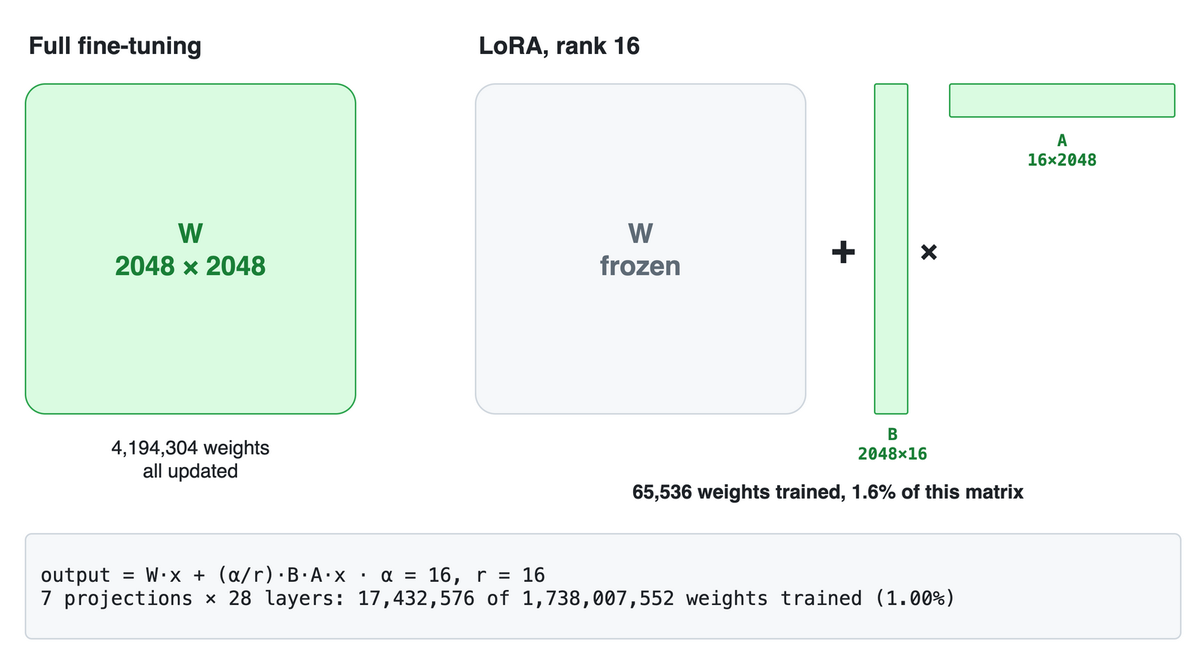
Before: diagrams/lora.drawio.png, a diagram exported from draw.io (jcanizalez/k8s-alert-triage). Source tidied: cells renumbered, new cells last; positions are measured from the earlier drawing's top-left corner, leaving out a move shared by most shapes.
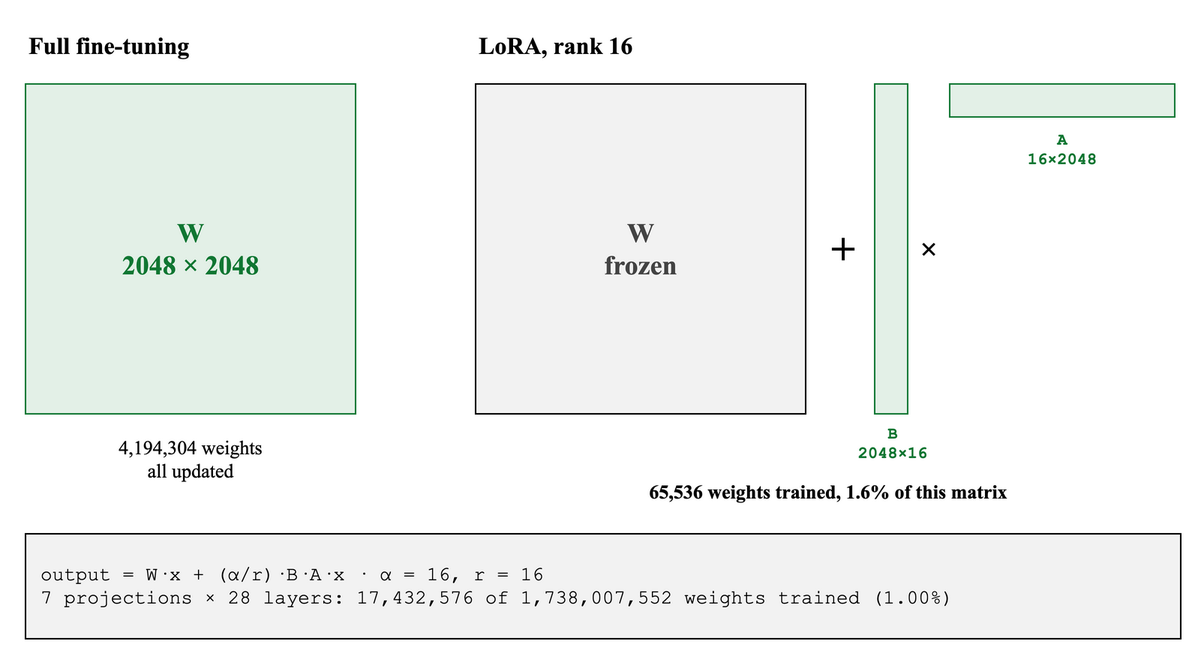
The same file after the commit.

The edit, as a diff of the source:
```diff
@@ -2,43 +2,43 @@
   <root>
     <mxCell id="0" />
     <mxCell id="1" parent="0" />
-    <mxCell id="2" value="Full fine-tuning" style="text;html=1;whiteSpace=wrap;fontColor=#1F2328;fontSize=16;fontStyle=1;align=left;verticalAlign=middle;fontFamily=Helvetica;" parent="1" vertex="1">
+    <mxCell id="2" value="Full fine-tuning" style="text;html=1;whiteSpace=wrap;fontColor=#000000;fontSize=16;fontStyle=1;align=left;verticalAlign=middle;fontFamily=Times New Roman;" parent="1" vertex="1">
       <mxGeometry width="300" height="28" as="geometry" />
     </mxCell>
-    <mxCell id="3" value="W&lt;br&gt;2048 × 2048" style="rounded=1;arcSize=6;whiteSpace=wrap;html=1;fillColor=#DAFBE1;strokeColor=#2DA44E;fontColor=#1A7F37;fontSize=18;fontStyle=1;align=center;verticalAlign=middle;spacingLeft=8;spacingRight=8;fontFamily=Helvetica;" parent="1" vertex="1">
+    <mxCell id="3" value="W&lt;br&gt;2048 × 2048" style="rounded=0;arcSize=6;whiteSpace=wrap;html=1;fillColor=#E3F0E7;strokeColor=#117733;strokeWidth=1;fontColor=#117733;fontSize=18;fontStyle=1;align=center;verticalAlign=middle;spacingLeft=8;spacingRight=8;fontFamily=Times New Roman;" parent="1" vertex="1">
       <mxGeometry y="40" width="220" height="220" as="geometry" />
     </mxCell>
-    <mxCell id="4" value="4,194,304 weights&lt;br&gt;all updated" style="text;html=1;whiteSpace=wrap;fontColor=#1F2328;fontSize=13;fontStyle=0;align=center;verticalAlign=middle;fontFamily=Helvetica;" parent="1" vertex="1">
+    <mxCell id="4" value="4,194,304 weights&lt;br&gt;all updated" style="text;html=1;whiteSpace=wrap;fontColor=#000000;fontSize=13;fontStyle=0;align=center;verticalAlign=middle;fontFamily=Times New Roman;" parent="1" vertex="1">
       <mxGeometry y="268" width="220" height="44" as="geometry" />
     </mxCell>
-    <mxCell id="5" value="LoRA, rank 16" style="text;html=1;whiteSpace=wrap;fontColor=#1F2328;fontSize=16;fontStyle=1;align=left;verticalAlign=middle;fontFamily=Helvetica;" parent="1" vertex="1">
+    <mxCell id="5" value="LoRA, rank 16" style="text;html=1;whiteSpace=wrap;fontColor=#000000;fontSize=16;fontStyle=1;align=left;verticalAlign=middle;fontFamily=Times New Roman;" parent="1" vertex="1">
       <mxGeometry x="300" width="300" height="28" as="geometry" />
     </mxCell>
-    <mxCell id="6" value="W&lt;br&gt;frozen" style="rounded=1;arcSize=6;whiteSpace=wrap;html=1;fillColor=#F6F8FA;strokeColor=#D0D7DE;fontColor=#5F6B76;fontSize=18;fontStyle=1;align=center;verticalAlign=middle;spacingLeft=8;spacingRight=8;fontFamily=Helvetica;" parent="1" vertex="1">
+    <mxCell id="6" value="W&lt;br&gt;frozen" style="rounded=0;arcSize=6;whiteSpace=wrap;html=1;fillColor=#F2F2F2;strokeColor=#000000;strokeWidth=1;fontColor=#444444;fontSize=18;fontStyle=1;align=center;verticalAlign=middle;spacingLeft=8;spacingRight=8;fontFamily=Times New Roman;" parent="1" vertex="1">
       <mxGeometry x="300" y="40" width="220" height="220" as="geometry" />
     </mxCell>
-    <mxCell id="7" value="+" style="text;html=1;whiteSpace=wrap;fontColor=#1F2328;fontSize=28;fontStyle=1;align=center;verticalAlign=middle;fontFamily=Helvetica;" parent="1" vertex="1">
+    <mxCell id="7" value="+" style="text;html=1;whiteSpace=wrap;fontColor=#000000;fontSize=28;fontStyle=1;align=center;verticalAlign=middle;fontFamily=Times New Roman;" parent="1" vertex="1">
       <mxGeometry x="530" y="130" width="30" height="40" as="geometry" />
     </mxCell>
-    <mxCell id="8" style="rounded=1;arcSize=6;whiteSpace=wrap;html=1;fillColor=#DAFBE1;strokeColor=#2DA44E;fontColor=#1F2328;fontSize=14;fontStyle=0;align=center;verticalAlign=middle;spacingLeft=8;spacingRight=8;fontFamily=Helvetica;" parent="1" vertex="1">
+    <mxCell id="8" style="rounded=0;arcSize=6;whiteSpace=wrap;html=1;fillColor=#E3F0E7;strokeColor=#117733;strokeWidth=1;fontColor=#000000;fontSize=14;fontStyle=0;align=center;verticalAlign=middle;spacingLeft=8;spacingRight=8;fontFamily=Times New Roman;" parent="1" vertex="1">
       <mxGeometry x="566" y="40" width="22" height="220" as="geometry" />
     </mxCell>
-    <mxCell id="9" value="B&lt;br&gt;2048×16" style="text;html=1;whiteSpace=wrap;fontColor=#1A7F37;fontSize=11;fontStyle=1;align=center;verticalAlign=middle;fontFamily=Menlo;" parent="1" vertex="1">
+    <mxCell id="9" value="B&lt;br&gt;2048×16" style="text;html=1;whiteSpace=wrap;fontColor=#117733;fontSize=11;fontStyle=1;align=center;verticalAlign=middle;fontFamily=Courier New;" parent="1" vertex="1">
       <mxGeometry x="548" y="262" width="60" height="36" as="geometry" />
     </mxCell>
-    <mxCell id="10" value="×" style="text;html=1;whiteSpace=wrap;fontColor=#1F2328;fontSize=20;fontStyle=1;align=center;verticalAlign=middle;fontFamily=Helvetica;" parent="1" vertex="1">
+    <mxCell id="10" value="×" style="text;html=1;whiteSpace=wrap;fontColor=#000000;fontSize=20;fontStyle=1;align=center;verticalAlign=middle;fontFamily=Times New Roman;" parent="1" vertex="1">
       <mxGeometry x="592" y="130" width="20" height="40" as="geometry" />
     </mxCell>
-    <mxCell id="11" style="rounded=1;arcSize=6;whiteSpace=wrap;html=1;fillColor=#DAFBE1;strokeColor=#2DA44E;fontColor=#1F2328;fontSize=14;fontStyle=0;align=center;verticalAlign=middle;spacingLeft=8;spacingRight=8;fontFamily=Helvetica;" parent="1" vertex="1">
+    <mxCell id="11" style="rounded=0;arcSize=6;whiteSpace=wrap;html=1;fillColor=#E3F0E7;strokeColor=#117733;strokeWidth=1;fontColor=#000000;fontSize=14;fontStyle=0;align=center;verticalAlign=middle;spacingLeft=8;spacingRight=8;fontFamily=Times New Roman;" parent="1" vertex="1">
       <mxGeometry x="616" y="40" width="150" height="22" as="geometry" />
     </mxCell>
-    <mxCell id="12" value="A&lt;br&gt;16×2048" style="text;html=1;whiteSpace=wrap;fontColor=#1A7F37;fontSize=11;fontStyle=1;align=center;verticalAlign=middle;fontFamily=Menlo;" parent="1" vertex="1">
+    <mxCell id="12" value="A&lt;br&gt;16×2048" style="text;html=1;whiteSpace=wrap;fontColor=#117733;fontSize=11;fontStyle=1;align=center;verticalAlign=middle;fontFamily=Courier New;" parent="1" vertex="1">
       <mxGeometry x="616" y="66" width="150" height="36" as="geometry" />
     </mxCell>
-    <mxCell id="13" value="65,536 weights trained, 1.6% of this matrix" style="text;html=1;whiteSpace=wrap;fontColor=#1F2328;fontSize=13;fontStyle=1;align=center;verticalAlign=middle;fontFamily=Helvetica;" parent="1" vertex="1">
+    <mxCell id="13" value="65,536 weights trained, 1.6% of this matrix" style="text;html=1;whiteSpace=wrap;fontColor=#000000;fontSize=13;fontStyle=1;align=center;verticalAlign=middle;fontFamily=Times New Roman;" parent="1" vertex="1">
       <mxGeometry x="300" y="300" width="470" height="24" as="geometry" />
     </mxCell>
-    <mxCell id="14" value="output = W·x + (α/r)·B·A·x  ·  α = 16, r = 16&lt;br&gt;7 projections × 28 layers: 17,432,576 of 1,738,007,552 weights trained (1.00%)" style="rounded=1;arcSize=6;whiteSpace=wrap;html=1;fillColor=#F6F8FA;strokeColor=#D0D7DE;fontColor=#1F2328;fontSize=13;fontStyle=0;align=left;verticalAlign=middle;spacingLeft=8;spacingRight=8;fontFamily=Menlo;" parent="1" vertex="1">
+    <mxCell id="14" value="output = W·x + (α/r)·B·A·x  ·  α = 16, r = 16&lt;br&gt;7 projections × 28 layers: 17,432,576 of 1,738,007,552 weights trained (1.00%)" style="rounded=0;arcSize=6;whiteSpace=wrap;html=1;fillColor=#F2F2F2;strokeColor=#000000;strokeWidth=1;fontColor=#000000;fontSize=13;fontStyle=0;align=left;verticalAlign=middle;spacingLeft=8;spacingRight=8;fontFamily=Courier New;" parent="1" vertex="1">
       <mxGeometry y="340" width="770" height="70" as="geometry" />
     </mxCell>
   </root>
```
